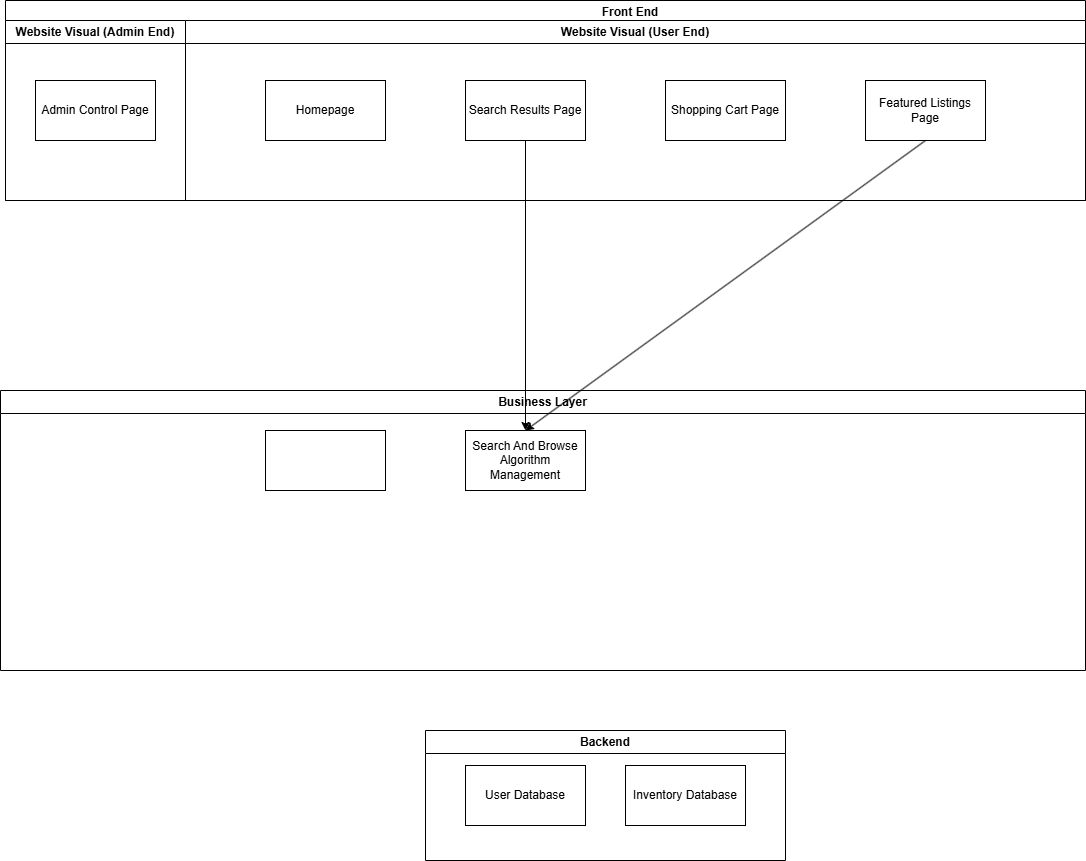
This is Use Case Diagrams/Architecture_Diagram/Architecture_Diagram.drawio.png from gavinbarry60/group8, a draw.io export, as it was before one commit. Source tidied: cells renumbered, new cells last; positions are measured from the earlier drawing's top-left corner, leaving out a move shared by most shapes.
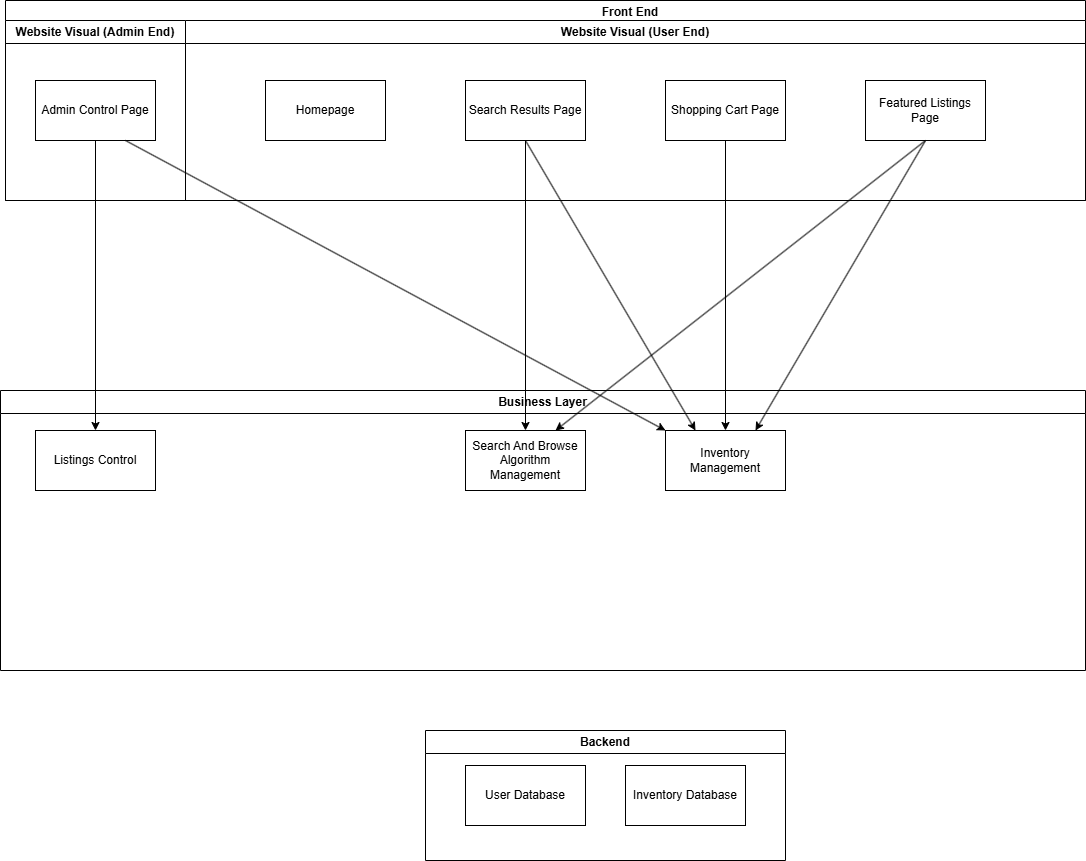
After the change.

Change to the diagram source:
```diff
@@ -29,12 +29,15 @@
     <mxCell id="10" value="Business Layer" style="swimlane;whiteSpace=wrap;html=1;" parent="1" vertex="1">
       <mxGeometry y="390" width="1085" height="280" as="geometry" />
     </mxCell>
-    <mxCell id="11" style="rounded=0;whiteSpace=wrap;html=1;" parent="10" vertex="1">
-      <mxGeometry x="265" y="40" width="120" height="60" as="geometry" />
+    <mxCell id="11" value="Inventory Management" style="rounded=0;whiteSpace=wrap;html=1;" parent="10" vertex="1">
+      <mxGeometry x="665" y="40" width="120" height="60" as="geometry" />
     </mxCell>
     <mxCell id="12" value="Search And Browse Algorithm Management" style="rounded=0;whiteSpace=wrap;html=1;" parent="10" vertex="1">
       <mxGeometry x="465" y="40" width="120" height="60" as="geometry" />
     </mxCell>
+    <mxCell id="18" value="Listings Control" style="rounded=0;whiteSpace=wrap;html=1;" parent="10" vertex="1">
+      <mxGeometry x="35" y="40" width="120" height="60" as="geometry" />
+    </mxCell>
     <mxCell id="13" value="Backend" style="swimlane;whiteSpace=wrap;html=1;" parent="1" vertex="1">
       <mxGeometry x="425" y="730" width="360" height="130" as="geometry" />
     </mxCell>
@@ -47,8 +50,23 @@
     <mxCell id="16" style="endArrow=classic;html=1;rounded=0;exitX=0.5;exitY=1;exitDx=0;exitDy=0;entryX=0.5;entryY=0;entryDx=0;entryDy=0;" parent="1" edge="1" source="7" target="12">
       <mxGeometry relative="1" as="geometry" />
     </mxCell>
-    <mxCell id="17" style="endArrow=classic;html=1;rounded=0;exitX=0.5;exitY=1;exitDx=0;exitDy=0;entryX=0.5;entryY=0;entryDx=0;entryDy=0;" parent="1" edge="1" source="9" target="12">
+    <mxCell id="17" style="endArrow=classic;html=1;rounded=0;exitX=0.5;exitY=1;exitDx=0;exitDy=0;entryX=0.75;entryY=0;entryDx=0;entryDy=0;" parent="1" edge="1" source="9" target="12">
       <mxGeometry relative="1" as="geometry" />
     </mxCell>
+    <mxCell id="19" style="endArrow=classic;html=1;rounded=0;exitX=0.5;exitY=1;exitDx=0;exitDy=0;entryX=0.5;entryY=0;entryDx=0;entryDy=0;" parent="1" edge="1" source="8" target="11">
+      <mxGeometry relative="1" as="geometry" />
+    </mxCell>
+    <mxCell id="20" style="rounded=0;jettySize=auto;html=1;exitX=0.5;exitY=1;exitDx=0;exitDy=0;entryX=0.25;entryY=0;entryDx=0;entryDy=0;" parent="1" edge="1" source="7" target="11">
+      <mxGeometry relative="1" as="geometry" />
+    </mxCell>
+    <mxCell id="21" style="endArrow=classic;html=1;rounded=0;entryX=0.75;entryY=0;entryDx=0;entryDy=0;exitX=0.5;exitY=1;exitDx=0;exitDy=0;" parent="1" edge="1" source="9" target="11">
+      <mxGeometry relative="1" as="geometry" />
+    </mxCell>
+    <mxCell id="22" style="endArrow=classic;html=1;rounded=0;exitX=0.5;exitY=1;exitDx=0;exitDy=0;entryX=0.5;entryY=0;entryDx=0;entryDy=0;" parent="1" edge="1" source="4" target="18">
+      <mxGeometry relative="1" as="geometry" />
+    </mxCell>
+    <mxCell id="23" style="endArrow=classic;html=1;rounded=0;exitX=0.75;exitY=1;exitDx=0;exitDy=0;entryX=0;entryY=0;entryDx=0;entryDy=0;" parent="1" edge="1" source="4" target="11">
+      <mxGeometry relative="1" as="geometry" />
+    </mxCell>
   </root>
 </mxGraphModel>
```
